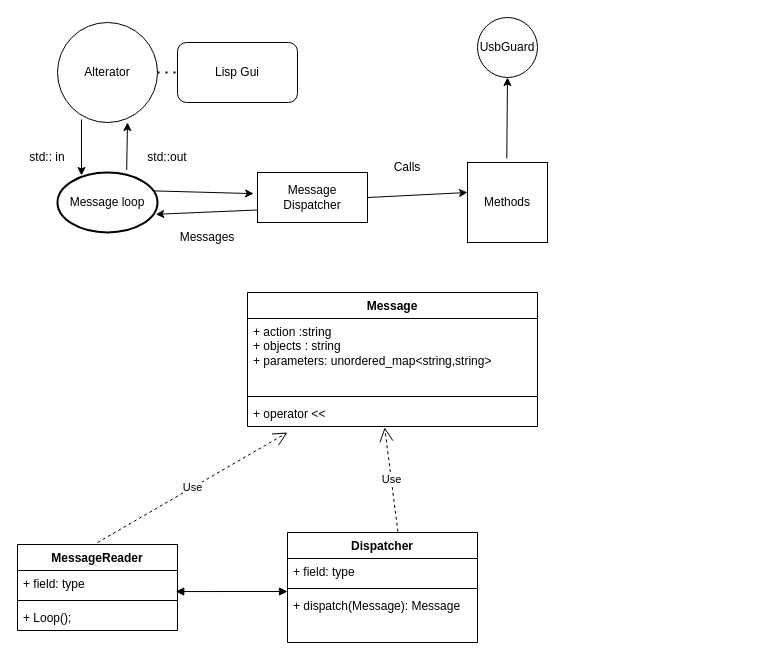
Before: Classes.drawio in 3036662/alterator-usbmount, a draw.io diagram. Source tidied: cells renumbered, new cells numbered last; positions are measured from the earlier drawing's top-left corner, leaving out a move shared by most shapes. Both pictures are drawn from the tidied source at 100%, with x=0, y=0 at pixel (17, 17).
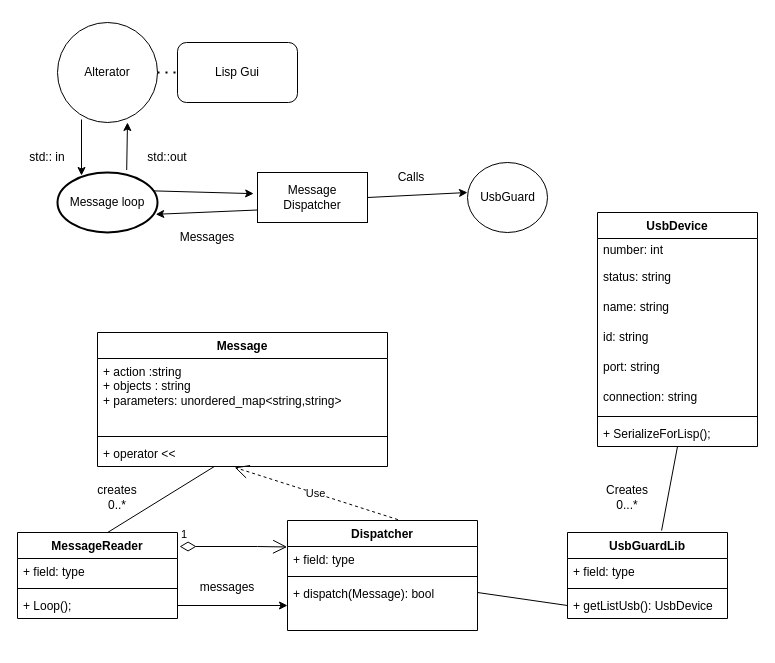
The same page after the edit.

The change refers to these unchanged cells:
```xml
<mxCell id="10" value="Message Dispatcher" style="html=1;whiteSpace=wrap;" parent="1" vertex="1">
  <mxGeometry x="240" y="155" width="110" height="50" as="geometry" />
</mxCell>
<mxCell id="21" value="+ field: type" style="text;strokeColor=none;fillColor=none;align=left;verticalAlign=top;spacingLeft=4;spacingRight=4;overflow=hidden;points=[[0,0.5],[1,0.5]];portConstraint=eastwest;whiteSpace=wrap;html=1;" parent="20" vertex="1">
  <mxGeometry y="26" width="160" height="26" as="geometry" />
</mxCell>
<mxCell id="23" value="+ Loop();" style="text;strokeColor=none;fillColor=none;align=left;verticalAlign=top;spacingLeft=4;spacingRight=4;overflow=hidden;points=[[0,0.5],[1,0.5]];portConstraint=eastwest;whiteSpace=wrap;html=1;" parent="20" vertex="1">
  <mxGeometry y="60" width="160" height="26" as="geometry" />
</mxCell>
<mxCell id="27" value="+ operator &amp;lt;&amp;lt; " style="text;strokeColor=none;fillColor=none;align=left;verticalAlign=top;spacingLeft=4;spacingRight=4;overflow=hidden;points=[[0,0.5],[1,0.5]];portConstraint=eastwest;whiteSpace=wrap;html=1;" parent="24" vertex="1">
  <mxGeometry y="108" width="290" height="26" as="geometry" />
</mxCell>
<mxCell id="29" value="+ field: type" style="text;strokeColor=none;fillColor=none;align=left;verticalAlign=top;spacingLeft=4;spacingRight=4;overflow=hidden;points=[[0,0.5],[1,0.5]];portConstraint=eastwest;whiteSpace=wrap;html=1;" parent="28" vertex="1">
  <mxGeometry y="26" width="190" height="26" as="geometry" />
</mxCell>
```

Diff of the diagram source:
```diff
@@
     <mxCell id="8" style="verticalLabelPosition=bottom;verticalAlign=top;html=1;shape=mxgraph.flowchart.on-page_reference;" parent="1" vertex="1">
-      <mxGeometry x="460" width="60" height="60" as="geometry" />
+      <mxGeometry x="450" y="145" width="80" height="70" as="geometry" />
     </mxCell>
     <mxCell id="9" value="UsbGuard" style="text;strokeColor=none;align=center;fillColor=none;html=1;verticalAlign=middle;whiteSpace=wrap;rounded=0;" parent="1" vertex="1">
-      <mxGeometry x="455" y="5" width="70" height="50" as="geometry" />
+      <mxGeometry x="462.5" y="160" width="55" height="40" as="geometry" />
     </mxCell>
@@
-    <mxCell id="14" value="Methods" style="whiteSpace=wrap;html=1;" parent="1" vertex="1">
-      <mxGeometry x="450" y="145" width="80" height="80" as="geometry" />
-    </mxCell>
-    <mxCell id="15" style="endArrow=classic;html=1;rounded=0;entryX=0;entryY=0.375;entryDx=0;entryDy=0;entryPerimeter=0;exitX=1;exitY=0.5;exitDx=0;exitDy=0;" parent="1" edge="1" source="10" target="14">
-      <mxGeometry relative="1" as="geometry" />
+    <mxCell id="15" style="endArrow=classic;html=1;rounded=0;entryX=0;entryY=0.375;entryDx=0;entryDy=0;entryPerimeter=0;exitX=1;exitY=0.5;exitDx=0;exitDy=0;" parent="1" edge="1" source="10">
+      <mxGeometry relative="1" as="geometry">
+        <mxPoint x="450" y="175" as="targetPoint" />
+      </mxGeometry>
     </mxCell>
-    <mxCell id="16" style="endArrow=classic;html=1;rounded=0;entryX=0.5;entryY=1;entryDx=0;entryDy=0;entryPerimeter=0;exitX=0.491;exitY=-0.05;exitDx=0;exitDy=0;exitPerimeter=0;" parent="1" edge="1" source="14" target="8">
-      <mxGeometry relative="1" as="geometry" />
-    </mxCell>
     <mxCell id="17" value="Calls" style="text;strokeColor=none;align=center;fillColor=none;html=1;verticalAlign=middle;whiteSpace=wrap;rounded=0;" parent="1" vertex="1">
-      <mxGeometry x="360" y="135" width="60" height="30" as="geometry" />
+      <mxGeometry x="364" y="145" width="60" height="30" as="geometry" />
     </mxCell>
@@
     <mxCell id="20" value="MessageReader" style="swimlane;fontStyle=1;align=center;verticalAlign=top;horizontal=1;startSize=26;whiteSpace=wrap;html=1;" parent="1" vertex="1">
-      <mxGeometry y="527" width="160" height="86" as="geometry" />
+      <mxGeometry y="515" width="160" height="86" as="geometry" />
     </mxCell>
@@
     <mxCell id="24" value="Message" style="swimlane;fontStyle=1;align=center;verticalAlign=top;horizontal=1;startSize=26;whiteSpace=wrap;html=1;" parent="1" vertex="1">
-      <mxGeometry x="230" y="275" width="290" height="134" as="geometry" />
+      <mxGeometry x="80" y="315" width="290" height="134" as="geometry" />
     </mxCell>
@@
     <mxCell id="28" value="Dispatcher" style="swimlane;fontStyle=1;align=center;verticalAlign=top;horizontal=1;startSize=26;whiteSpace=wrap;html=1;" parent="1" vertex="1">
-      <mxGeometry x="270" y="515" width="190" height="110" as="geometry" />
+      <mxGeometry x="270" y="503" width="190" height="110" as="geometry" />
     </mxCell>
@@
-    <mxCell id="31" value="+ dispatch(Message): Message" style="text;strokeColor=none;fillColor=none;align=left;verticalAlign=top;spacingLeft=4;spacingRight=4;overflow=hidden;points=[[0,0.5],[1,0.5]];portConstraint=eastwest;whiteSpace=wrap;html=1;" parent="28" vertex="1">
+    <mxCell id="31" value="+ dispatch(Message): bool" style="text;strokeColor=none;fillColor=none;align=left;verticalAlign=top;spacingLeft=4;spacingRight=4;overflow=hidden;points=[[0,0.5],[1,0.5]];portConstraint=eastwest;whiteSpace=wrap;html=1;" parent="28" vertex="1">
       <mxGeometry y="60" width="190" height="50" as="geometry" />
     </mxCell>
-    <mxCell id="32" style="endArrow=block;startArrow=block;endFill=1;startFill=1;html=1;rounded=0;exitX=0.989;exitY=0.81;exitDx=0;exitDy=0;exitPerimeter=0;" parent="1" edge="1" source="21">
-      <mxGeometry relative="1" as="geometry">
-        <mxPoint x="270" y="574" as="targetPoint" />
-      </mxGeometry>
-    </mxCell>
@@
-    <mxCell id="34" value="Use" style="endArrow=open;endSize=12;dashed=1;html=1;rounded=0;" parent="1" edge="1">
-      <mxGeometry relative="1" as="geometry">
-        <mxPoint x="80" y="525" as="sourcePoint" />
-        <mxPoint x="270" y="415" as="targetPoint" />
-      </mxGeometry>
-    </mxCell>
+    <mxCell id="35" value="UsbDevice" style="swimlane;fontStyle=1;align=center;verticalAlign=top;horizontal=1;startSize=26;whiteSpace=wrap;html=1;" parent="1" vertex="1">
+      <mxGeometry x="580" y="195" width="160" height="234" as="geometry" />
+    </mxCell>
+    <mxCell id="36" value="number: int" style="text;strokeColor=none;fillColor=none;align=left;verticalAlign=middle;spacingLeft=4;spacingRight=4;overflow=hidden;whiteSpace=wrap;html=1;" parent="35" vertex="1">
+      <mxGeometry y="26" width="160" height="24" as="geometry" />
+    </mxCell>
+    <mxCell id="37" value="status: string" style="text;strokeColor=none;fillColor=none;align=left;verticalAlign=middle;spacingLeft=4;spacingRight=4;overflow=hidden;whiteSpace=wrap;html=1;" parent="35" vertex="1">
+      <mxGeometry y="50" width="160" height="30" as="geometry" />
+    </mxCell>
+    <mxCell id="38" value="name: string" style="text;strokeColor=none;fillColor=none;align=left;verticalAlign=middle;spacingLeft=4;spacingRight=4;overflow=hidden;whiteSpace=wrap;html=1;" parent="35" vertex="1">
+      <mxGeometry y="80" width="160" height="30" as="geometry" />
+    </mxCell>
+    <mxCell id="39" value="id: string" style="text;strokeColor=none;fillColor=none;align=left;verticalAlign=middle;spacingLeft=4;spacingRight=4;overflow=hidden;whiteSpace=wrap;html=1;" parent="35" vertex="1">
+      <mxGeometry y="110" width="160" height="30" as="geometry" />
+    </mxCell>
+    <mxCell id="40" value="port: string" style="text;strokeColor=none;fillColor=none;align=left;verticalAlign=middle;spacingLeft=4;spacingRight=4;overflow=hidden;whiteSpace=wrap;html=1;" parent="35" vertex="1">
+      <mxGeometry y="140" width="160" height="30" as="geometry" />
+    </mxCell>
+    <mxCell id="41" value="connection: string" style="text;strokeColor=none;fillColor=none;align=left;verticalAlign=middle;spacingLeft=4;spacingRight=4;overflow=hidden;whiteSpace=wrap;html=1;" parent="35" vertex="1">
+      <mxGeometry y="170" width="160" height="30" as="geometry" />
+    </mxCell>
+    <mxCell id="42" style="line;strokeWidth=1;fillColor=none;align=left;verticalAlign=middle;spacingTop=-1;spacingLeft=3;spacingRight=3;labelPosition=right;strokeColor=inherit;" parent="35" vertex="1">
+      <mxGeometry y="200" width="160" height="8" as="geometry" />
+    </mxCell>
+    <mxCell id="43" value="+ SerializeForLisp();" style="text;strokeColor=none;fillColor=none;align=left;verticalAlign=top;spacingLeft=4;spacingRight=4;overflow=hidden;points=[[0,0.5],[1,0.5]];portConstraint=eastwest;whiteSpace=wrap;html=1;" parent="35" vertex="1">
+      <mxGeometry y="208" width="160" height="26" as="geometry" />
+    </mxCell>
+    <mxCell id="44" value="UsbGuardLib" style="swimlane;fontStyle=1;align=center;verticalAlign=top;horizontal=1;startSize=26;whiteSpace=wrap;html=1;" parent="1" vertex="1">
+      <mxGeometry x="550" y="515" width="160" height="86" as="geometry" />
+    </mxCell>
+    <mxCell id="45" value="+ field: type" style="text;strokeColor=none;fillColor=none;align=left;verticalAlign=top;spacingLeft=4;spacingRight=4;overflow=hidden;whiteSpace=wrap;html=1;" parent="44" vertex="1">
+      <mxGeometry y="26" width="160" height="26" as="geometry" />
+    </mxCell>
+    <mxCell id="46" style="line;strokeWidth=1;fillColor=none;align=left;verticalAlign=middle;spacingTop=-1;spacingLeft=3;spacingRight=3;labelPosition=right;strokeColor=inherit;" parent="44" vertex="1">
+      <mxGeometry y="52" width="160" height="8" as="geometry" />
+    </mxCell>
+    <mxCell id="47" value="+ getListUsb(): UsbDevice" style="text;strokeColor=none;fillColor=none;align=left;verticalAlign=top;spacingLeft=4;spacingRight=4;overflow=hidden;points=[[0,0.5],[1,0.5]];portConstraint=eastwest;whiteSpace=wrap;html=1;" parent="44" vertex="1">
+      <mxGeometry y="60" width="160" height="26" as="geometry" />
+    </mxCell>
+    <mxCell id="48" style="endArrow=classic;html=1;rounded=0;exitX=1;exitY=0.5;exitDx=0;exitDy=0;entryX=0;entryY=0.5;entryDx=0;entryDy=0;" parent="1" edge="1" source="23" target="31">
+      <mxGeometry relative="1" as="geometry" />
+    </mxCell>
+    <mxCell id="49" value="messages" style="text;html=1;strokeColor=none;fillColor=none;align=center;verticalAlign=middle;whiteSpace=wrap;rounded=0;" parent="1" vertex="1">
+      <mxGeometry x="180" y="555" width="60" height="30" as="geometry" />
+    </mxCell>
+    <mxCell id="50" value="1" style="endArrow=open;html=1;endSize=12;startArrow=diamondThin;startSize=14;startFill=0;edgeStyle=orthogonalEdgeStyle;align=left;verticalAlign=bottom;rounded=0;exitX=1.013;exitY=0.163;exitDx=0;exitDy=0;exitPerimeter=0;entryX=-0.002;entryY=0.018;entryDx=0;entryDy=0;entryPerimeter=0;" parent="1" edge="1" source="20" target="29">
+      <mxGeometry x="-1" y="3" relative="1" as="geometry">
+        <Array as="points">
+          <mxPoint x="240" y="529" />
+        </Array>
+      </mxGeometry>
+    </mxCell>
+    <mxCell id="51" style="endArrow=none;html=1;rounded=0;exitX=0.563;exitY=0;exitDx=0;exitDy=0;exitPerimeter=0;entryX=0.403;entryY=1;entryDx=0;entryDy=0;entryPerimeter=0;" parent="1" edge="1" source="20" target="27">
+      <mxGeometry relative="1" as="geometry" />
+    </mxCell>
+    <mxCell id="52" value="creates 0..*" style="text;html=1;strokeColor=none;fillColor=none;align=center;verticalAlign=middle;whiteSpace=wrap;rounded=0;" parent="1" vertex="1">
+      <mxGeometry x="70" y="465" width="60" height="30" as="geometry" />
+    </mxCell>
+    <mxCell id="53" style="endArrow=none;html=1;rounded=0;exitX=1;exitY=0.24;exitDx=0;exitDy=0;exitPerimeter=0;entryX=0;entryY=0.5;entryDx=0;entryDy=0;" parent="1" edge="1" source="31" target="47">
+      <mxGeometry relative="1" as="geometry" />
+    </mxCell>
+    <mxCell id="54" style="endArrow=none;html=1;rounded=0;entryX=0.5;entryY=1;entryDx=0;entryDy=0;entryPerimeter=0;exitX=0.588;exitY=-0.023;exitDx=0;exitDy=0;exitPerimeter=0;" parent="1" edge="1" source="44" target="43">
+      <mxGeometry relative="1" as="geometry" />
+    </mxCell>
+    <mxCell id="55" value="Creates 0...*" style="text;html=1;strokeColor=none;fillColor=none;align=center;verticalAlign=middle;whiteSpace=wrap;rounded=0;" parent="1" vertex="1">
+      <mxGeometry x="580" y="465" width="60" height="30" as="geometry" />
+    </mxCell>
```
